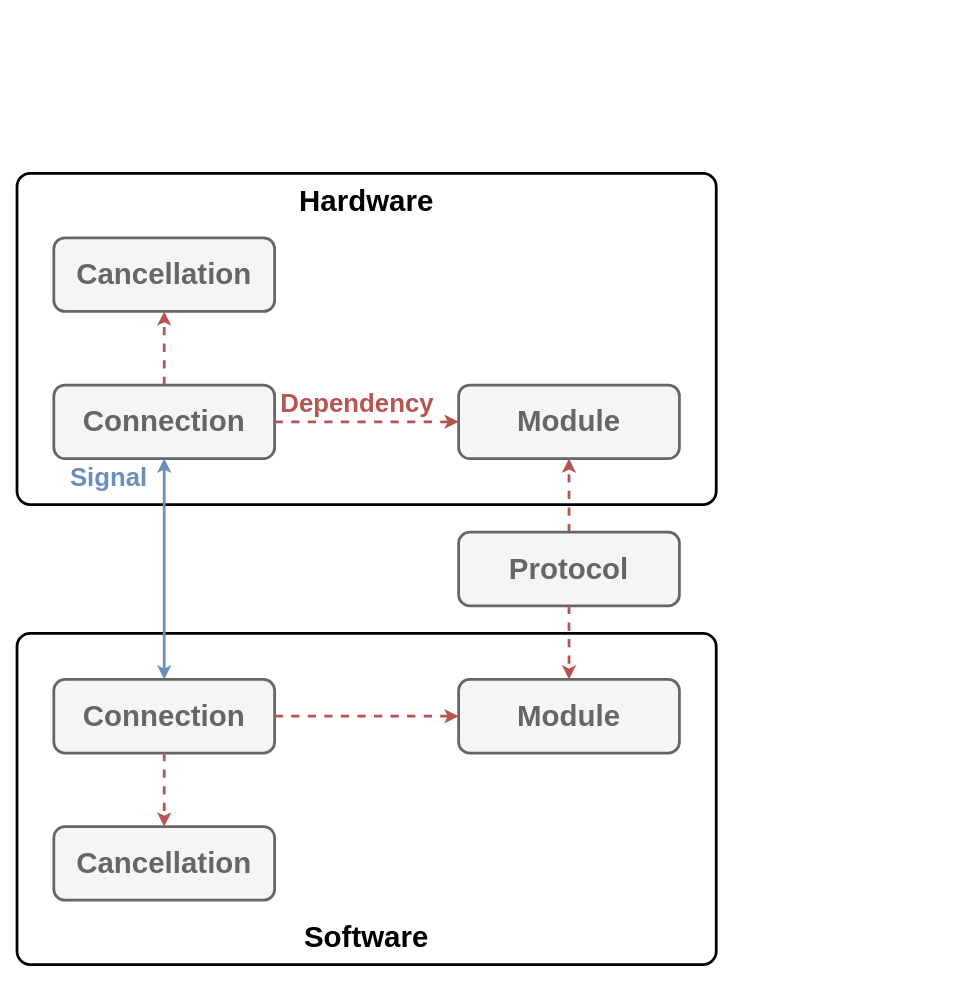
Before: Documentation/Resources/Unitization.drawio in do-i-know-it/YggdrAshill.Nuadha, a draw.io diagram. Source tidied: cells renumbered, new cells numbered last; positions are measured from the earlier drawing's top-left corner, leaving out a move shared by most shapes. Both pictures are drawn from the tidied source at 92%, with x=0, y=0 at pixel (17, 173).
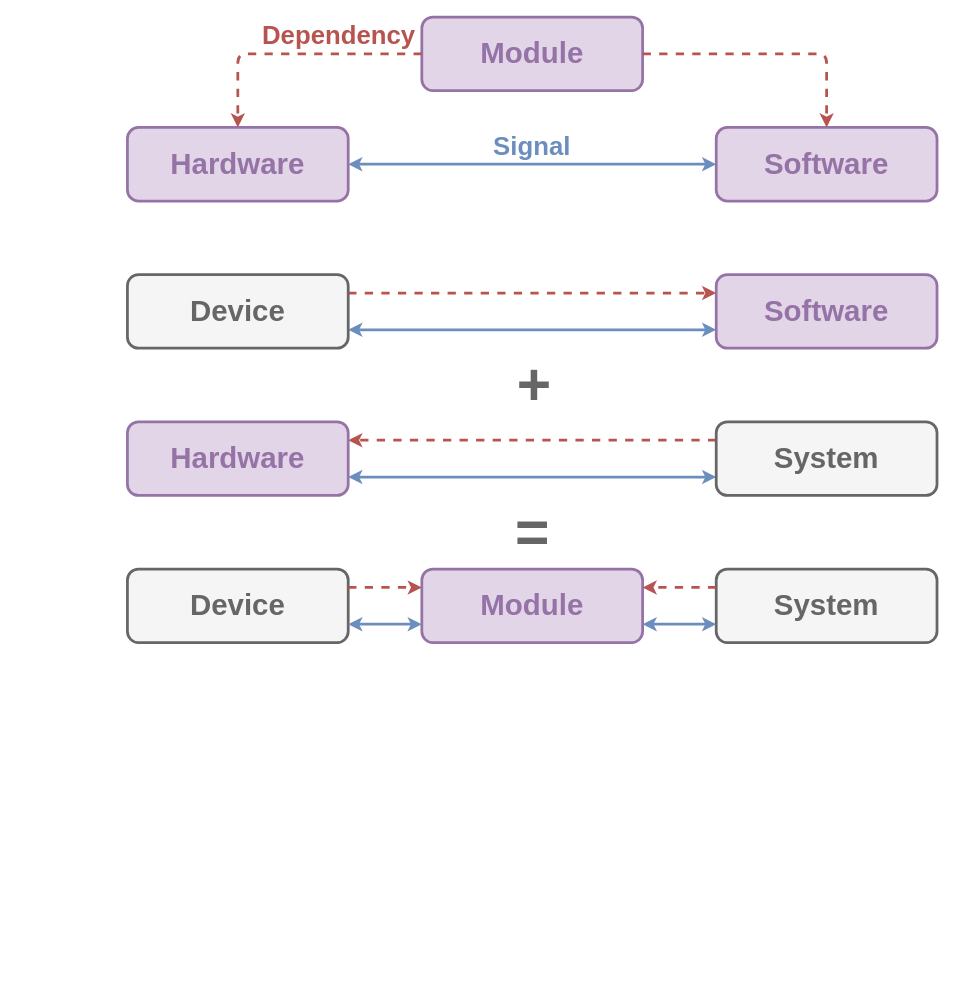
Above is the later version.

Change to the diagram source:
```diff
@@
-    <mxCell id="2" style="rounded=1;whiteSpace=wrap;html=1;strokeWidth=3;arcSize=4;" parent="1" vertex="1">
-      <mxGeometry y="500" width="760" height="360" as="geometry" />
-    </mxCell>
-    <mxCell id="3" style="rounded=1;whiteSpace=wrap;html=1;strokeWidth=3;arcSize=4;" parent="1" vertex="1">
-      <mxGeometry width="760" height="360" as="geometry" />
-    </mxCell>
     <mxCell id="4" value="&lt;b&gt;&lt;font style=&quot;font-size: 28px&quot; color=&quot;#b85450&quot;&gt;Dependency&lt;/font&gt;&lt;/b&gt;" style="text;html=1;align=center;verticalAlign=middle;whiteSpace=wrap;rounded=0;" parent="1" vertex="1">
-      <mxGeometry x="280" y="230" width="180" height="40" as="geometry" />
+      <mxGeometry x="260" y="-170" width="180" height="40" as="geometry" />
     </mxCell>
     <mxCell id="5" value="&lt;b&gt;&lt;font style=&quot;font-size: 28px&quot; color=&quot;#6c8ebf&quot;&gt;Signal&lt;/font&gt;&lt;/b&gt;" style="text;html=1;align=center;verticalAlign=middle;whiteSpace=wrap;rounded=0;" parent="1" vertex="1">
-      <mxGeometry x="50" y="310" width="100" height="40" as="geometry" />
+      <mxGeometry x="510" y="-50" width="100" height="40" as="geometry" />
     </mxCell>
-    <mxCell id="6" style="endArrow=classic;html=1;fillColor=#f8cecc;strokeColor=#b85450;strokeWidth=3;dashed=1;entryX=0.5;entryY=1;entryDx=0;entryDy=0;exitX=0.5;exitY=0;exitDx=0;exitDy=0;" parent="1" edge="1" source="8" target="7">
-      <mxGeometry relative="1" as="geometry" />
-    </mxCell>
-    <mxCell id="7" value="&lt;font style=&quot;font-size: 32px&quot; color=&quot;#666666&quot;&gt;&lt;b&gt;Module&lt;/b&gt;&lt;/font&gt;" style="rounded=1;whiteSpace=wrap;html=1;fillColor=#f5f5f5;strokeColor=#666666;strokeWidth=3;fontColor=#333333;" parent="1" vertex="1">
-      <mxGeometry x="480" y="230" width="240" height="80" as="geometry" />
-    </mxCell>
-    <mxCell id="8" value="&lt;font color=&quot;#666666&quot;&gt;&lt;span style=&quot;font-size: 32px&quot;&gt;&lt;b&gt;Protocol&lt;/b&gt;&lt;/span&gt;&lt;/font&gt;" style="rounded=1;whiteSpace=wrap;html=1;fillColor=#f5f5f5;strokeColor=#666666;strokeWidth=3;fontColor=#333333;" parent="1" vertex="1">
-      <mxGeometry x="480" y="390" width="240" height="80" as="geometry" />
-    </mxCell>
-    <mxCell id="9" value="&lt;font style=&quot;font-size: 32px&quot; color=&quot;#666666&quot;&gt;&lt;b&gt;Connection&lt;/b&gt;&lt;/font&gt;" style="rounded=1;whiteSpace=wrap;html=1;fillColor=#f5f5f5;strokeColor=#666666;strokeWidth=3;fontColor=#333333;" parent="1" vertex="1">
-      <mxGeometry x="40" y="230" width="240" height="80" as="geometry" />
-    </mxCell>
-    <mxCell id="10" value="&lt;font style=&quot;font-size: 32px&quot; color=&quot;#666666&quot;&gt;&lt;b&gt;Cancellation&lt;/b&gt;&lt;/font&gt;" style="rounded=1;whiteSpace=wrap;html=1;fillColor=#f5f5f5;strokeColor=#666666;strokeWidth=3;fontColor=#333333;" parent="1" vertex="1">
-      <mxGeometry x="40" y="70" width="240" height="80" as="geometry" />
-    </mxCell>
-    <mxCell id="11" style="endArrow=classic;html=1;fillColor=#f8cecc;strokeColor=#b85450;strokeWidth=3;dashed=1;exitX=1;exitY=0.5;exitDx=0;exitDy=0;" parent="1" edge="1" source="9" target="7">
-      <mxGeometry relative="1" as="geometry" />
-    </mxCell>
-    <mxCell id="12" style="endArrow=classic;html=1;fillColor=#f8cecc;strokeColor=#b85450;strokeWidth=3;dashed=1;" parent="1" edge="1" source="9" target="10">
-      <mxGeometry relative="1" as="geometry" />
-    </mxCell>
-    <mxCell id="13" style="endArrow=classic;startArrow=classic;html=1;fillColor=#dae8fc;strokeColor=#6c8ebf;strokeWidth=3;entryX=0.5;entryY=0;entryDx=0;entryDy=0;exitX=0.5;exitY=1;exitDx=0;exitDy=0;" parent="1" edge="1" source="9" target="16">
+    <mxCell id="13" style="endArrow=classic;startArrow=classic;html=1;fillColor=#dae8fc;strokeColor=#6c8ebf;strokeWidth=3;entryX=0;entryY=0.5;entryDx=0;entryDy=0;exitX=1;exitY=0.5;exitDx=0;exitDy=0;" parent="1" edge="1" source="23" target="24">
       <mxGeometry relative="1" as="geometry" />
     </mxCell>
-    <mxCell id="14" value="&lt;b&gt;&lt;font style=&quot;font-size: 32px&quot;&gt;Hardware&lt;/font&gt;&lt;/b&gt;" style="text;html=1;strokeColor=none;fillColor=none;align=center;verticalAlign=middle;whiteSpace=wrap;rounded=0;" parent="1" vertex="1">
-      <mxGeometry x="10" y="10" width="740" height="40" as="geometry" />
-    </mxCell>
-    <mxCell id="15" value="&lt;font style=&quot;font-size: 32px&quot; color=&quot;#666666&quot;&gt;&lt;b&gt;Module&lt;/b&gt;&lt;/font&gt;" style="rounded=1;whiteSpace=wrap;html=1;fillColor=#f5f5f5;strokeColor=#666666;strokeWidth=3;fontColor=#333333;" parent="1" vertex="1">
-      <mxGeometry x="480" y="550" width="240" height="80" as="geometry" />
-    </mxCell>
-    <mxCell id="16" value="&lt;font style=&quot;font-size: 32px&quot; color=&quot;#666666&quot;&gt;&lt;b&gt;Connection&lt;/b&gt;&lt;/font&gt;" style="rounded=1;whiteSpace=wrap;html=1;fillColor=#f5f5f5;strokeColor=#666666;strokeWidth=3;fontColor=#333333;" parent="1" vertex="1">
-      <mxGeometry x="40" y="550" width="240" height="80" as="geometry" />
-    </mxCell>
-    <mxCell id="17" value="&lt;font style=&quot;font-size: 32px&quot; color=&quot;#666666&quot;&gt;&lt;b&gt;Cancellation&lt;/b&gt;&lt;/font&gt;" style="rounded=1;whiteSpace=wrap;html=1;fillColor=#f5f5f5;strokeColor=#666666;strokeWidth=3;fontColor=#333333;" parent="1" vertex="1">
-      <mxGeometry x="40" y="710" width="240" height="80" as="geometry" />
-    </mxCell>
-    <mxCell id="18" style="endArrow=classic;html=1;fillColor=#f8cecc;strokeColor=#b85450;strokeWidth=3;dashed=1;exitX=1;exitY=0.5;exitDx=0;exitDy=0;" parent="1" edge="1" source="16" target="15">
-      <mxGeometry relative="1" as="geometry" />
-    </mxCell>
-    <mxCell id="19" style="endArrow=classic;html=1;fillColor=#f8cecc;strokeColor=#b85450;strokeWidth=3;dashed=1;" parent="1" edge="1" source="16" target="17">
-      <mxGeometry relative="1" as="geometry" />
-    </mxCell>
-    <mxCell id="20" style="endArrow=classic;html=1;fillColor=#f8cecc;strokeColor=#b85450;strokeWidth=3;dashed=1;exitX=0.5;exitY=1;exitDx=0;exitDy=0;" parent="1" edge="1" source="8" target="15">
-      <mxGeometry relative="1" as="geometry" />
-    </mxCell>
-    <mxCell id="21" value="&lt;b&gt;&lt;font style=&quot;font-size: 32px&quot;&gt;Software&lt;/font&gt;&lt;/b&gt;" style="text;html=1;strokeColor=none;fillColor=none;align=center;verticalAlign=middle;whiteSpace=wrap;rounded=0;" parent="1" vertex="1">
-      <mxGeometry x="10" y="810" width="740" height="40" as="geometry" />
-    </mxCell>
+    <mxCell id="22" value="&lt;font style=&quot;font-size: 32px&quot; color=&quot;#9673a6&quot;&gt;&lt;b&gt;Module&lt;/b&gt;&lt;/font&gt;" style="rounded=1;whiteSpace=wrap;html=1;fillColor=#e1d5e7;strokeColor=#9673a6;strokeWidth=3;" parent="1" vertex="1">
+      <mxGeometry x="440" y="-170" width="240" height="80" as="geometry" />
+    </mxCell>
+    <mxCell id="23" value="&lt;font style=&quot;font-size: 32px&quot; color=&quot;#9673a6&quot;&gt;&lt;b&gt;Hardware&lt;/b&gt;&lt;/font&gt;" style="rounded=1;whiteSpace=wrap;html=1;fillColor=#e1d5e7;strokeColor=#9673a6;strokeWidth=3;" parent="1" vertex="1">
+      <mxGeometry x="120" y="-50" width="240" height="80" as="geometry" />
+    </mxCell>
+    <mxCell id="24" value="&lt;font style=&quot;font-size: 32px&quot; color=&quot;#9673a6&quot;&gt;&lt;b&gt;Software&lt;/b&gt;&lt;/font&gt;" style="rounded=1;whiteSpace=wrap;html=1;fillColor=#e1d5e7;strokeColor=#9673a6;strokeWidth=3;" parent="1" vertex="1">
+      <mxGeometry x="760" y="-50" width="240" height="80" as="geometry" />
+    </mxCell>
+    <mxCell id="25" style="endArrow=classic;html=1;fillColor=#f8cecc;strokeColor=#b85450;strokeWidth=3;dashed=1;exitX=0;exitY=0.5;exitDx=0;exitDy=0;entryX=0.5;entryY=0;entryDx=0;entryDy=0;edgeStyle=orthogonalEdgeStyle;" parent="1" edge="1" source="22" target="23">
+      <mxGeometry relative="1" as="geometry" />
+    </mxCell>
+    <mxCell id="26" style="endArrow=classic;html=1;fillColor=#f8cecc;strokeColor=#b85450;strokeWidth=3;dashed=1;entryX=0.5;entryY=0;entryDx=0;entryDy=0;edgeStyle=orthogonalEdgeStyle;exitX=1;exitY=0.5;exitDx=0;exitDy=0;" parent="1" edge="1" source="22" target="24">
+      <mxGeometry relative="1" as="geometry" />
+    </mxCell>
+    <mxCell id="27" style="endArrow=classic;html=1;fillColor=#f8cecc;strokeColor=#b85450;strokeWidth=3;dashed=1;entryX=0;entryY=0.25;entryDx=0;entryDy=0;exitX=1;exitY=0.25;exitDx=0;exitDy=0;" parent="1" edge="1" source="29" target="30">
+      <mxGeometry relative="1" as="geometry" />
+    </mxCell>
+    <mxCell id="28" style="endArrow=classic;startArrow=classic;html=1;fillColor=#dae8fc;strokeColor=#6c8ebf;strokeWidth=3;entryX=0;entryY=0.75;entryDx=0;entryDy=0;exitX=1;exitY=0.75;exitDx=0;exitDy=0;" parent="1" edge="1" source="29" target="30">
+      <mxGeometry relative="1" as="geometry" />
+    </mxCell>
+    <mxCell id="29" value="&lt;font color=&quot;#666666&quot;&gt;&lt;span style=&quot;font-size: 32px&quot;&gt;&lt;b&gt;Device&lt;/b&gt;&lt;/span&gt;&lt;/font&gt;" style="rounded=1;whiteSpace=wrap;html=1;fillColor=#f5f5f5;strokeColor=#666666;strokeWidth=3;fontColor=#333333;" parent="1" vertex="1">
+      <mxGeometry x="120" y="110" width="240" height="80" as="geometry" />
+    </mxCell>
+    <mxCell id="30" value="&lt;font style=&quot;font-size: 32px&quot; color=&quot;#9673a6&quot;&gt;&lt;b&gt;Software&lt;br&gt;&lt;/b&gt;&lt;/font&gt;" style="rounded=1;whiteSpace=wrap;html=1;fillColor=#e1d5e7;strokeWidth=3;strokeColor=#9673a6;" parent="1" vertex="1">
+      <mxGeometry x="760" y="110" width="240" height="80" as="geometry" />
+    </mxCell>
+    <mxCell id="31" style="endArrow=classic;html=1;fillColor=#f8cecc;strokeColor=#b85450;strokeWidth=3;dashed=1;entryX=1;entryY=0.25;entryDx=0;entryDy=0;exitX=0;exitY=0.25;exitDx=0;exitDy=0;" parent="1" edge="1" source="34" target="33">
+      <mxGeometry relative="1" as="geometry" />
+    </mxCell>
+    <mxCell id="32" style="endArrow=classic;startArrow=classic;html=1;fillColor=#dae8fc;strokeColor=#6c8ebf;strokeWidth=3;entryX=0;entryY=0.75;entryDx=0;entryDy=0;exitX=1;exitY=0.75;exitDx=0;exitDy=0;" parent="1" edge="1" source="33" target="34">
+      <mxGeometry relative="1" as="geometry" />
+    </mxCell>
+    <mxCell id="33" value="&lt;font color=&quot;#9673a6&quot;&gt;&lt;span style=&quot;font-size: 32px&quot;&gt;&lt;b&gt;Hardware&lt;/b&gt;&lt;/span&gt;&lt;/font&gt;" style="rounded=1;whiteSpace=wrap;html=1;fillColor=#e1d5e7;strokeColor=#9673a6;strokeWidth=3;" parent="1" vertex="1">
+      <mxGeometry x="120" y="270" width="240" height="80" as="geometry" />
+    </mxCell>
+    <mxCell id="34" value="&lt;font style=&quot;font-size: 32px&quot; color=&quot;#666666&quot;&gt;&lt;b&gt;System&lt;/b&gt;&lt;/font&gt;" style="rounded=1;whiteSpace=wrap;html=1;fillColor=#f5f5f5;strokeColor=#666666;strokeWidth=3;fontColor=#333333;" parent="1" vertex="1">
+      <mxGeometry x="760" y="270" width="240" height="80" as="geometry" />
+    </mxCell>
+    <mxCell id="35" value="&lt;font style=&quot;font-size: 32px&quot; color=&quot;#666666&quot;&gt;&lt;b&gt;Device&lt;/b&gt;&lt;/font&gt;" style="rounded=1;whiteSpace=wrap;html=1;fillColor=#f5f5f5;strokeColor=#666666;strokeWidth=3;fontColor=#333333;" parent="1" vertex="1">
+      <mxGeometry x="120" y="430" width="240" height="80" as="geometry" />
+    </mxCell>
+    <mxCell id="36" value="&lt;b style=&quot;color: rgb(102 , 102 , 102) ; font-size: 32px&quot;&gt;System&lt;/b&gt;" style="rounded=1;whiteSpace=wrap;html=1;fillColor=#f5f5f5;strokeColor=#666666;strokeWidth=3;fontColor=#333333;" parent="1" vertex="1">
+      <mxGeometry x="760" y="430" width="240" height="80" as="geometry" />
+    </mxCell>
+    <mxCell id="37" value="&lt;font color=&quot;#9673a6&quot;&gt;&lt;span style=&quot;font-size: 32px&quot;&gt;&lt;b&gt;Module&lt;/b&gt;&lt;/span&gt;&lt;/font&gt;" style="rounded=1;whiteSpace=wrap;html=1;fillColor=#e1d5e7;strokeWidth=3;strokeColor=#9673a6;" parent="1" vertex="1">
+      <mxGeometry x="440" y="430" width="240" height="80" as="geometry" />
+    </mxCell>
+    <mxCell id="38" style="endArrow=classic;html=1;fillColor=#f8cecc;strokeColor=#b85450;strokeWidth=3;dashed=1;entryX=1;entryY=0.25;entryDx=0;entryDy=0;exitX=0;exitY=0.25;exitDx=0;exitDy=0;" parent="1" edge="1" source="36" target="37">
+      <mxGeometry relative="1" as="geometry" />
+    </mxCell>
+    <mxCell id="39" style="endArrow=classic;html=1;fillColor=#f8cecc;strokeColor=#b85450;strokeWidth=3;dashed=1;entryX=0;entryY=0.25;entryDx=0;entryDy=0;exitX=1;exitY=0.25;exitDx=0;exitDy=0;" parent="1" edge="1" source="35" target="37">
+      <mxGeometry relative="1" as="geometry" />
+    </mxCell>
+    <mxCell id="40" style="endArrow=classic;startArrow=classic;html=1;fillColor=#dae8fc;strokeColor=#6c8ebf;strokeWidth=3;entryX=0;entryY=0.75;entryDx=0;entryDy=0;exitX=1;exitY=0.75;exitDx=0;exitDy=0;" parent="1" edge="1" source="35" target="37">
+      <mxGeometry relative="1" as="geometry" />
+    </mxCell>
+    <mxCell id="41" style="endArrow=classic;startArrow=classic;html=1;fillColor=#dae8fc;strokeColor=#6c8ebf;strokeWidth=3;entryX=0;entryY=0.75;entryDx=0;entryDy=0;" parent="1" edge="1" target="36">
+      <mxGeometry relative="1" as="geometry">
+        <mxPoint x="680" y="490" as="sourcePoint" />
+      </mxGeometry>
+    </mxCell>
+    <mxCell id="42" value="&lt;font color=&quot;#666666&quot; size=&quot;1&quot;&gt;&lt;b style=&quot;font-size: 64px&quot;&gt;+&lt;/b&gt;&lt;/font&gt;" style="text;html=1;strokeColor=none;fillColor=none;align=center;verticalAlign=middle;whiteSpace=wrap;rounded=0;" parent="1" vertex="1">
+      <mxGeometry x="530" y="200" width="65" height="60" as="geometry" />
+    </mxCell>
+    <mxCell id="43" value="&lt;font color=&quot;#666666&quot; size=&quot;1&quot;&gt;&lt;b style=&quot;font-size: 64px&quot;&gt;=&lt;/b&gt;&lt;/font&gt;" style="text;html=1;strokeColor=none;fillColor=none;align=center;verticalAlign=middle;whiteSpace=wrap;rounded=0;" parent="1" vertex="1">
+      <mxGeometry x="527.5" y="360" width="65" height="60" as="geometry" />
+    </mxCell>
```
